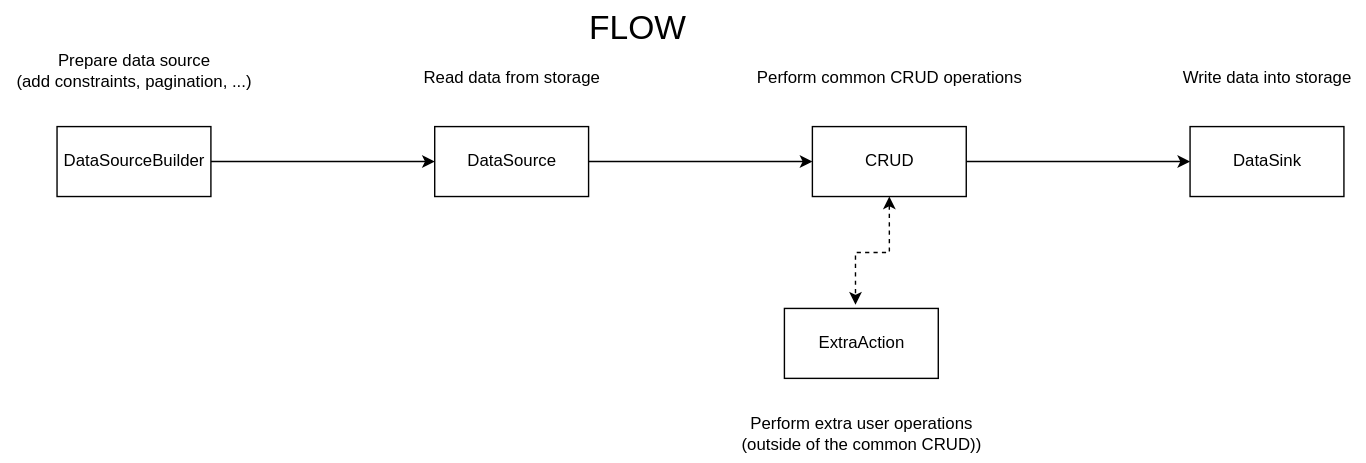
This is docs/architecture.svg from elmordo/constrained-loaders, a draw.io export, as it was before one commit. Source tidied: cells renumbered, new cells last; positions are measured from the earlier drawing's top-left corner, leaving out a move shared by most shapes.
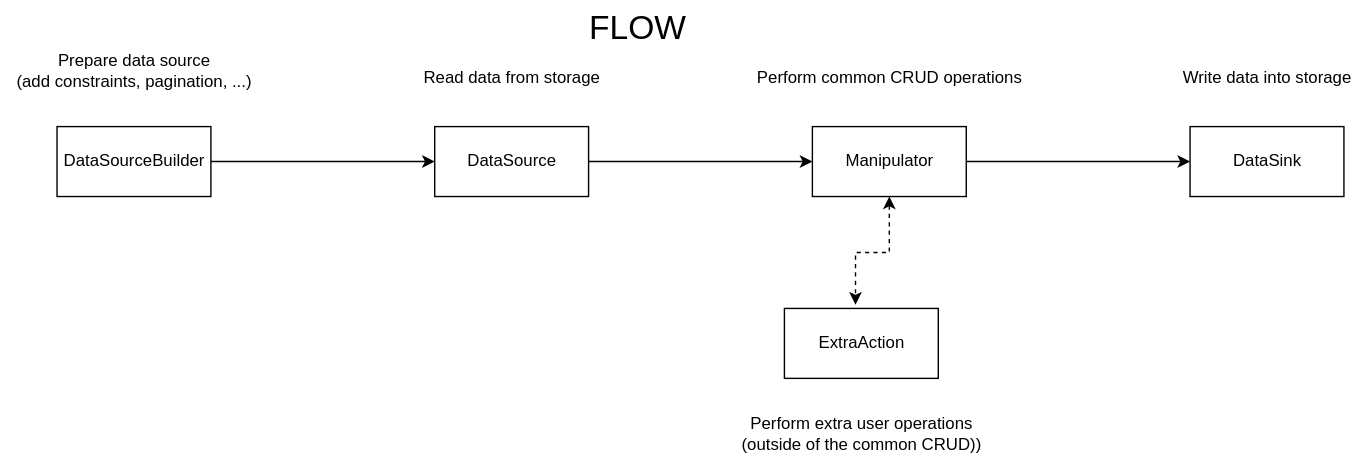
Later version of the same file.

Commit message:
manipulator skeleton

Change to the diagram source:
```diff
@@ -8,7 +8,7 @@
     <mxCell id="3" style="edgeStyle=orthogonalEdgeStyle;rounded=0;jettySize=auto;html=1;exitX=0.5;exitY=1;exitDx=0;exitDy=0;entryX=0.462;entryY=-0.054;entryDx=0;entryDy=0;entryPerimeter=0;fontSize=12;startArrow=classic;startFill=1;dashed=1;" parent="1" edge="1" source="4" target="15">
       <mxGeometry relative="1" as="geometry" />
     </mxCell>
-    <mxCell id="4" value="CRUD" style="html=1;" parent="1" vertex="1">
+    <mxCell id="4" value="Manipulator" style="html=1;" parent="1" vertex="1">
       <mxGeometry x="580" y="90" width="110" height="50" as="geometry" />
     </mxCell>
     <mxCell id="5" style="edgeStyle=orthogonalEdgeStyle;rounded=0;jettySize=auto;html=1;entryX=0;entryY=0.5;entryDx=0;entryDy=0;" parent="1" edge="1" source="6" target="4">
```
